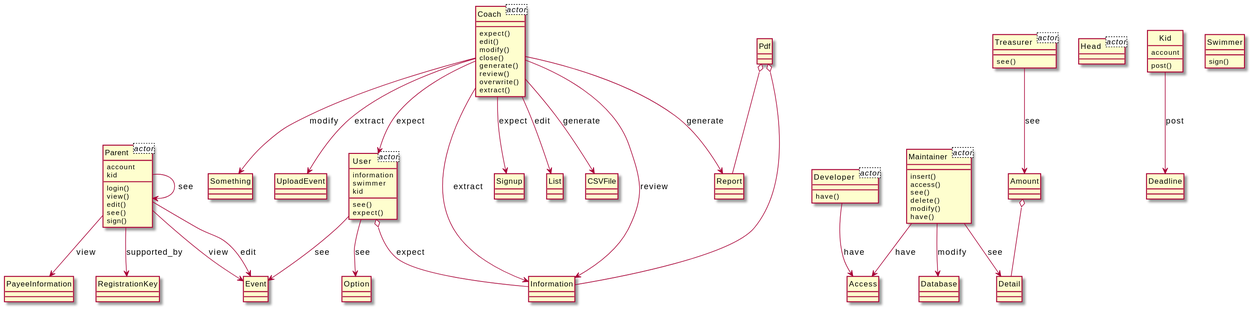
The PlantUML diagram output/diagram_5/2017-USC-Project03.svg in xixixhalu/DomainModelExtractor, before a commit.
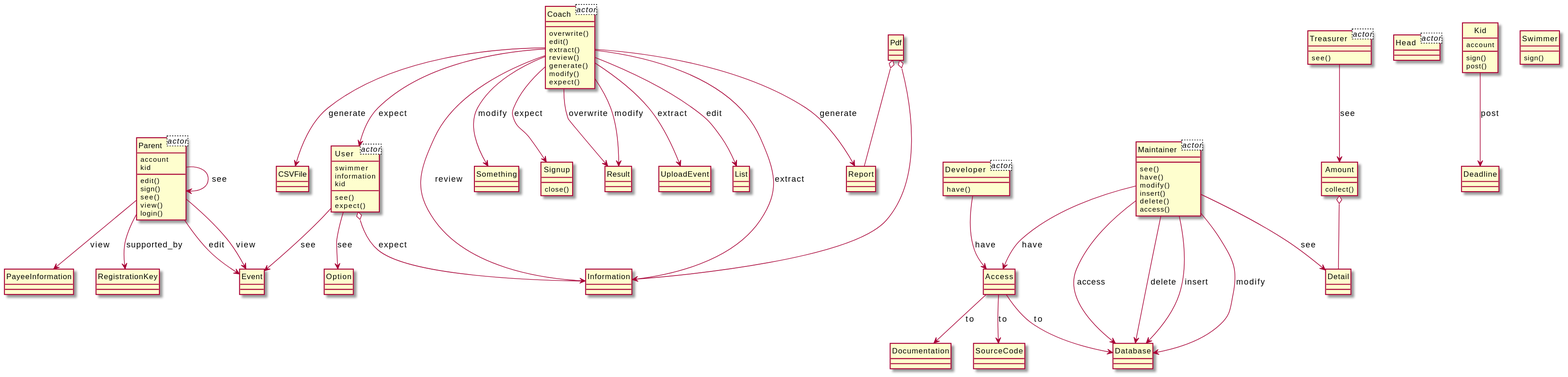
The same diagram one commit later.

What changed in the source:
```diff
@@ -1,8 +1,8 @@
 @startuml
 hide circle
 class User<actor> {
+	swimmer
 	information
-	swimmer
 	kid
 }
 class Coach<actor> {
@@ -21,104 +21,120 @@
 }
 class Kid {
 	account
+	sign()
 	post()
-}
-class Detail {
 }
 class Pdf {
 }
 class Report {
 }
-class Coach {
-	expect()
-	edit()
-	modify()
-	close()
-	generate()
-	review()
-	overwrite()
-	extract()
-}
-class Treasurer {
-	see()
+class Detail {
 }
 class Maintainer {
+	see()
+	have()
+	modify()
 	insert()
+	delete()
 	access()
-	see()
-	delete()
-	modify()
-	have()
 }
-class Something {
+class Amount {
+	collect()
 }
 class Parent {
+	edit()
+	sign()
+	see()
+	view()
 	login()
-	view()
-	edit()
-	see()
-	sign()
 }
 class Event {
 }
-class UploadEvent {
+class Deadline {
+}
+class Database {
+}
+class Coach {
+	overwrite()
+	edit()
+	extract()
+	review()
+	generate()
+	modify()
+	expect()
+}
+class Developer {
+	have()
+}
+class Access {
+}
+class CSVFile {
 }
 class User {
 	see()
 	expect()
 }
-class Option {
-}
 class Information {
 }
+class Treasurer {
+	see()
+}
+class Something {
+}
 class Signup {
-}
-class List {
-}
-class Deadline {
+	close()
 }
 class PayeeInformation {
-}
-class Amount {
-}
-class Access {
-}
-class CSVFile {
 }
 class Swimmer {
 	sign()
 }
-class Developer {
-	have()
+class Result {
 }
-class Database {
+class Option {
+}
+class UploadEvent {
+}
+class List {
+}
+class SourceCode {
 }
 class RegistrationKey {
 }
+class Documentation {
+}
+Coach --> UploadEvent : extract
+Parent --> Event : edit
+Coach --> Information : review
+Coach --> List : edit
+Access --> SourceCode : to
+Kid --> Deadline : post
+Parent --> RegistrationKey : supported_by
+Maintainer --> Database : access
+Coach --> Signup : expect
+Maintainer --> Database : modify
+Parent --> PayeeInformation : view
+Pdf o-- Report
+User --> Event : see
+Access --> Documentation : to
+Maintainer --> Access : have
+Maintainer --> Database : delete
+Access --> Database : to
+Developer --> Access : have
+Parent --> Event : view
+Pdf o-- Information
+Parent --> Parent : see
+Coach --> CSVFile : generate
+Coach --> Result : overwrite
+User --> Option : see
+Coach --> User : expect
+User o-- Information : expect
+Maintainer --> Database : insert
+Coach --> Report : generate
+Coach --> Result : modify
+Coach --> Information : extract
+Amount o-- Detail
+Treasurer --> Amount : see
 Coach --> Something : modify
-Coach --> Information : extract
-Coach --> Report : generate
-Parent --> Event : view
-Parent --> PayeeInformation : view
 Maintainer --> Detail : see
-Treasurer --> Amount : see
-Parent --> Parent : see
-User --> Event : see
-Coach --> UploadEvent : extract
-Maintainer --> Access : have
-User --> Option : see
-Coach --> CSVFile : generate
-User o-- Information : expect
-Parent --> Event : edit
-Developer --> Access : have
-Pdf o-- Report
-Coach --> User : expect
-Coach --> Signup : expect
-Coach --> Information : review
-Maintainer --> Database : modify
-Kid --> Deadline : post
-Amount o-- Detail
-Parent --> RegistrationKey : supported_by
-Coach --> List : edit
-Pdf o-- Information
 @enduml
```
